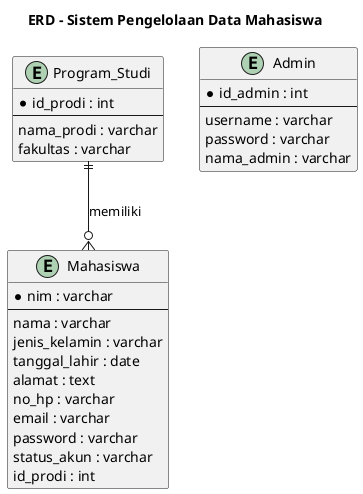
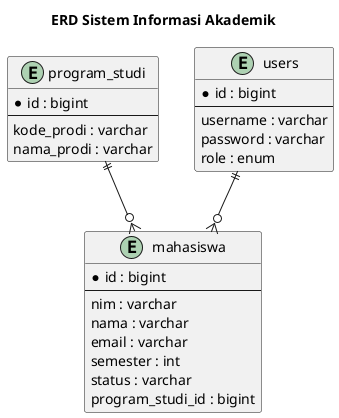
- @startuml ERD
- title ERD - Sistem Pengelolaan Data Mahasiswa
+ @startuml
+ title ERD Sistem Informasi Akademik

- entity Mahasiswa {
-   * nim : varchar
-   --
-   nama : varchar
-   jenis_kelamin : varchar
-   tanggal_lahir : date
-   alamat : text
-   no_hp : varchar
-   email : varchar
-   password : varchar
-   status_akun : varchar
-   id_prodi : int
+ entity mahasiswa {
+    * id : bigint
+    --
+    nim : varchar
+    nama : varchar
+    email : varchar
+    semester : int
+    status : varchar
+    program_studi_id : bigint
}

- entity Program_Studi {
-   * id_prodi : int
-   --
-   nama_prodi : varchar
-   fakultas : varchar
+ entity program_studi {
+    * id : bigint
+    --
+    kode_prodi : varchar
+    nama_prodi : varchar
}

- entity Admin {
-   * id_admin : int
-   --
-   username : varchar
-   password : varchar
-   nama_admin : varchar
+ entity users {
+    * id : bigint
+    --
+    username : varchar
+    password : varchar
+    role : enum
}

- Program_Studi ||--o{ Mahasiswa : memiliki
+ program_studi ||--o{ mahasiswa
+ users ||--o{ mahasiswa

@enduml